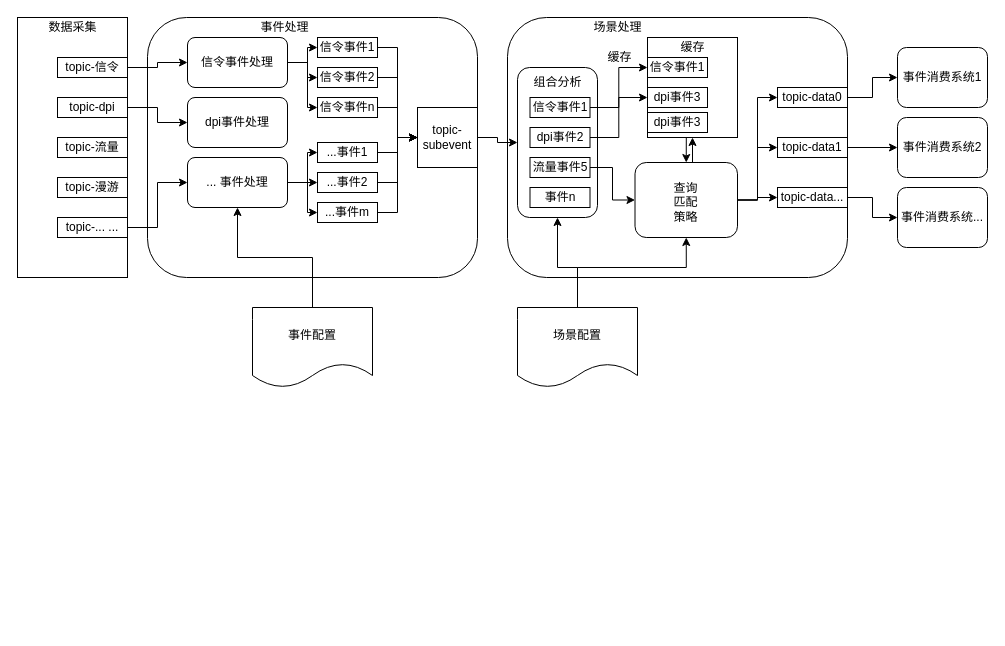
This is 事件中心.drawio from fengjj/webmarket0.1, a draw.io file, before an edit. Source tidied: cells renumbered, new cells numbered last; positions are measured from the earlier drawing's top-left corner, leaving out a move shared by most shapes. Both pictures are drawn from the tidied source at 100%, with x=0, y=0 at pixel (17, 17).
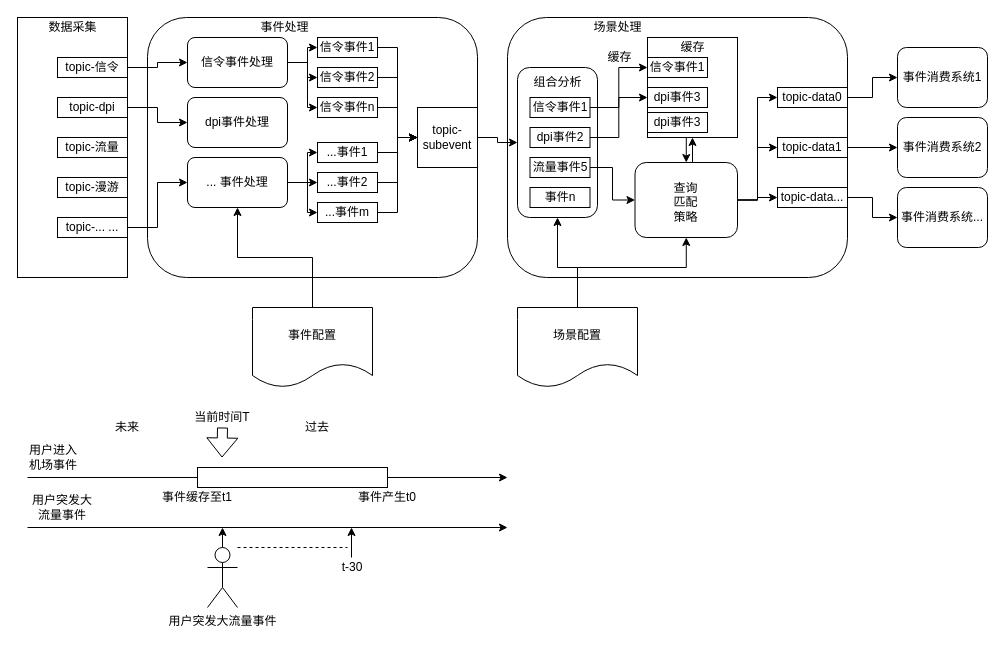
After the change.

Change to the diagram source:
```diff
@@
+    <mxCell id="75" style="endArrow=classic;html=1;" parent="1" edge="1">
+      <mxGeometry relative="1" as="geometry">
+        <mxPoint x="10" y="460" as="sourcePoint" />
+        <mxPoint x="490" y="460" as="targetPoint" />
+      </mxGeometry>
+    </mxCell>
@@
+    <mxCell id="76" style="rounded=0;whiteSpace=wrap;html=1;" parent="1" vertex="1">
+      <mxGeometry x="180" y="450" width="190" height="20" as="geometry" />
+    </mxCell>
+    <mxCell id="77" value="事件产生t0" style="text;html=1;strokeColor=none;fillColor=none;align=center;verticalAlign=middle;whiteSpace=wrap;rounded=0;" parent="1" vertex="1">
+      <mxGeometry x="340" y="470" width="60" height="20" as="geometry" />
+    </mxCell>
+    <mxCell id="78" value="事件缓存至t1" style="text;html=1;strokeColor=none;fillColor=none;align=center;verticalAlign=middle;whiteSpace=wrap;rounded=0;" parent="1" vertex="1">
+      <mxGeometry x="140" y="470" width="80" height="20" as="geometry" />
+    </mxCell>
+    <mxCell id="79" style="endArrow=classic;html=1;" parent="1" edge="1">
+      <mxGeometry relative="1" as="geometry">
+        <mxPoint x="10" y="510" as="sourcePoint" />
+        <mxPoint x="490" y="510" as="targetPoint" />
+      </mxGeometry>
+    </mxCell>
+    <mxCell id="80" style="edgeStyle=orthogonalEdgeStyle;rounded=0;jettySize=auto;html=1;exitX=0.5;exitY=0;exitDx=0;exitDy=0;exitPerimeter=0;" parent="1" edge="1" source="81">
+      <mxGeometry relative="1" as="geometry">
+        <mxPoint x="205" y="510" as="targetPoint" />
+      </mxGeometry>
+    </mxCell>
+    <mxCell id="81" value="用户突发大流量事件" style="shape=umlActor;verticalLabelPosition=bottom;labelBackgroundColor=#ffffff;verticalAlign=top;html=1;outlineConnect=0;" parent="1" vertex="1">
+      <mxGeometry x="190" y="530" width="30" height="60" as="geometry" />
+    </mxCell>
+    <mxCell id="82" value="用户进入机场事件" style="text;html=1;strokeColor=none;fillColor=none;align=center;verticalAlign=middle;whiteSpace=wrap;rounded=0;" parent="1" vertex="1">
+      <mxGeometry x="11" y="430" width="50" height="20" as="geometry" />
+    </mxCell>
+    <mxCell id="83" value="用户突发大流量事件" style="text;html=1;strokeColor=none;fillColor=none;align=center;verticalAlign=middle;whiteSpace=wrap;rounded=0;" parent="1" vertex="1">
+      <mxGeometry x="10" y="480" width="70" height="20" as="geometry" />
+    </mxCell>
+    <mxCell id="84" style="shape=flexArrow;endArrow=classic;html=1;" parent="1" edge="1">
+      <mxGeometry relative="1" as="geometry">
+        <mxPoint x="205" y="410" as="sourcePoint" />
+        <mxPoint x="204.5" y="440" as="targetPoint" />
+      </mxGeometry>
+    </mxCell>
+    <mxCell id="85" value="当前时间T" style="text;html=1;strokeColor=none;fillColor=none;align=center;verticalAlign=middle;whiteSpace=wrap;rounded=0;" parent="1" vertex="1">
+      <mxGeometry x="175" y="390" width="60" height="20" as="geometry" />
+    </mxCell>
+    <mxCell id="86" value="未来" style="text;html=1;strokeColor=none;fillColor=none;align=center;verticalAlign=middle;whiteSpace=wrap;rounded=0;" parent="1" vertex="1">
+      <mxGeometry x="80" y="400" width="60" height="20" as="geometry" />
+    </mxCell>
+    <mxCell id="87" value="过去" style="text;html=1;strokeColor=none;fillColor=none;align=center;verticalAlign=middle;whiteSpace=wrap;rounded=0;" parent="1" vertex="1">
+      <mxGeometry x="270" y="400" width="60" height="20" as="geometry" />
+    </mxCell>
+    <mxCell id="88" value="t-30" style="text;html=1;strokeColor=none;fillColor=none;align=center;verticalAlign=middle;whiteSpace=wrap;rounded=0;" parent="1" vertex="1">
+      <mxGeometry x="315" y="540" width="40" height="20" as="geometry" />
+    </mxCell>
+    <mxCell id="89" style="endArrow=classic;html=1;" parent="1" edge="1">
+      <mxGeometry relative="1" as="geometry">
+        <mxPoint x="334" y="540" as="sourcePoint" />
+        <mxPoint x="334" y="510" as="targetPoint" />
+      </mxGeometry>
+    </mxCell>
+    <mxCell id="90" style="endArrow=none;dashed=1;html=1;" parent="1" edge="1">
+      <mxGeometry relative="1" as="geometry">
+        <mxPoint x="220" y="530" as="sourcePoint" />
+        <mxPoint x="330" y="530" as="targetPoint" />
+      </mxGeometry>
+    </mxCell>
```
